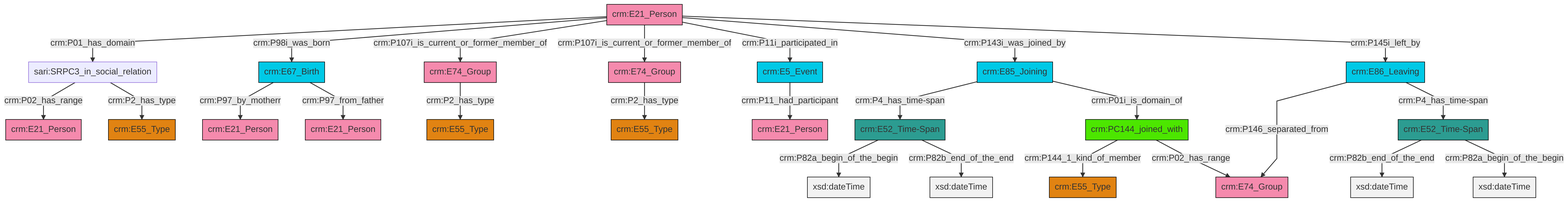
Above: et/personCSV/ttl/mmd/png/Person_Actor_Relations.png in swiss-art-research-net/docs.swissartresearch (Mermaid), before the change. Its source is kept beside it as et/personCSV/ttl/mmd/Person_Actor_Relations.ttl.mmd.
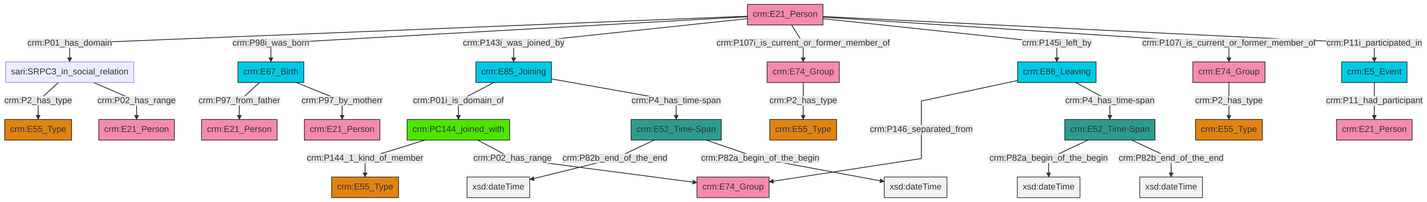
Later version of the same file.

Change to the diagram source:
```diff
@@ -13,27 +13,27 @@
 classDef PC_Classes fill:#4ce600, stroke:#000000;
 classDef Multi fill:#cccccc,stroke:#000000;
 
-2["crm:E21_Person"]:::Actor -->|crm:P01_has_domain| 3["sari:SRPC3_in_social_relation"]:::Default
-6["crm:E52_Time-Span"]:::Time-Span -->|crm:P82b_end_of_the_end| 7[xsd:dateTime]:::Literal
-9["crm:E86_Leaving"]:::Temporal_Entity -->|crm:P146_separated_from| 10["crm:E74_Group"]:::Actor
-13["crm:PC144_joined_with"]:::PC_Classes -->|crm:P144_1_kind_of_member| 14["crm:E55_Type"]:::Type
-15["crm:E85_Joining"]:::Temporal_Entity -->|crm:P4_has_time-span| 16["crm:E52_Time-Span"]:::Time-Span
-3["sari:SRPC3_in_social_relation"]:::Default -->|crm:P02_has_range| 17["crm:E21_Person"]:::Actor
-2["crm:E21_Person"]:::Actor -->|crm:P98i_was_born| 4["crm:E67_Birth"]:::Temporal_Entity
-2["crm:E21_Person"]:::Actor -->|crm:P107i_is_current_or_former_member_of| 23["crm:E74_Group"]:::Actor
-15["crm:E85_Joining"]:::Temporal_Entity -->|crm:P01i_is_domain_of| 13["crm:PC144_joined_with"]:::PC_Classes
-2["crm:E21_Person"]:::Actor -->|crm:P107i_is_current_or_former_member_of| 26["crm:E74_Group"]:::Actor
-9["crm:E86_Leaving"]:::Temporal_Entity -->|crm:P4_has_time-span| 6["crm:E52_Time-Span"]:::Time-Span
-3["sari:SRPC3_in_social_relation"]:::Default -->|crm:P2_has_type| 27["crm:E55_Type"]:::Type
-23["crm:E74_Group"]:::Actor -->|crm:P2_has_type| 11["crm:E55_Type"]:::Type
-4["crm:E67_Birth"]:::Temporal_Entity -->|crm:P97_by_motherr| 0["crm:E21_Person"]:::Actor
-26["crm:E74_Group"]:::Actor -->|crm:P2_has_type| 18["crm:E55_Type"]:::Type
-32["crm:E5_Event"]:::Temporal_Entity -->|crm:P11_had_participant| 33["crm:E21_Person"]:::Actor
-2["crm:E21_Person"]:::Actor -->|crm:P11i_participated_in| 32["crm:E5_Event"]:::Temporal_Entity
-2["crm:E21_Person"]:::Actor -->|crm:P143i_was_joined_by| 15["crm:E85_Joining"]:::Temporal_Entity
-4["crm:E67_Birth"]:::Temporal_Entity -->|crm:P97_from_father| 20["crm:E21_Person"]:::Actor
-2["crm:E21_Person"]:::Actor -->|crm:P145i_left_by| 9["crm:E86_Leaving"]:::Temporal_Entity
-6["crm:E52_Time-Span"]:::Time-Span -->|crm:P82a_begin_of_the_begin| 40[xsd:dateTime]:::Literal
-16["crm:E52_Time-Span"]:::Time-Span -->|crm:P82a_begin_of_the_begin| 41[xsd:dateTime]:::Literal
-16["crm:E52_Time-Span"]:::Time-Span -->|crm:P82b_end_of_the_end| 43[xsd:dateTime]:::Literal
-13["crm:PC144_joined_with"]:::PC_Classes -->|crm:P02_has_range| 10["crm:E74_Group"]:::Actor
+0["crm:E86_Leaving"]:::Temporal_Entity -->|crm:P146_separated_from| 1["crm:E74_Group"]:::Actor
+4["crm:E21_Person"]:::Actor -->|crm:P01_has_domain| 5["sari:SRPC3_in_social_relation"]:::Default
+4["crm:E21_Person"]:::Actor -->|crm:P98i_was_born| 6["crm:E67_Birth"]:::Temporal_Entity
+13["crm:E5_Event"]:::Temporal_Entity -->|crm:P11_had_participant| 14["crm:E21_Person"]:::Actor
+4["crm:E21_Person"]:::Actor -->|crm:P143i_was_joined_by| 15["crm:E85_Joining"]:::Temporal_Entity
+15["crm:E85_Joining"]:::Temporal_Entity -->|crm:P01i_is_domain_of| 16["crm:PC144_joined_with"]:::PC_Classes
+18["crm:E52_Time-Span"]:::Time-Span -->|crm:P82a_begin_of_the_begin| 19[xsd:dateTime]:::Literal
+4["crm:E21_Person"]:::Actor -->|crm:P107i_is_current_or_former_member_of| 2["crm:E74_Group"]:::Actor
+0["crm:E86_Leaving"]:::Temporal_Entity -->|crm:P4_has_time-span| 18["crm:E52_Time-Span"]:::Time-Span
+24["crm:E74_Group"]:::Actor -->|crm:P2_has_type| 11["crm:E55_Type"]:::Type
+18["crm:E52_Time-Span"]:::Time-Span -->|crm:P82b_end_of_the_end| 25[xsd:dateTime]:::Literal
+4["crm:E21_Person"]:::Actor -->|crm:P145i_left_by| 0["crm:E86_Leaving"]:::Temporal_Entity
+7["crm:E52_Time-Span"]:::Time-Span -->|crm:P82b_end_of_the_end| 28[xsd:dateTime]:::Literal
+6["crm:E67_Birth"]:::Temporal_Entity -->|crm:P97_from_father| 35["crm:E21_Person"]:::Actor
+4["crm:E21_Person"]:::Actor -->|crm:P107i_is_current_or_former_member_of| 24["crm:E74_Group"]:::Actor
+16["crm:PC144_joined_with"]:::PC_Classes -->|crm:P144_1_kind_of_member| 22["crm:E55_Type"]:::Type
+7["crm:E52_Time-Span"]:::Time-Span -->|crm:P82a_begin_of_the_begin| 38[xsd:dateTime]:::Literal
+4["crm:E21_Person"]:::Actor -->|crm:P11i_participated_in| 13["crm:E5_Event"]:::Temporal_Entity
+6["crm:E67_Birth"]:::Temporal_Entity -->|crm:P97_by_motherr| 26["crm:E21_Person"]:::Actor
+15["crm:E85_Joining"]:::Temporal_Entity -->|crm:P4_has_time-span| 7["crm:E52_Time-Span"]:::Time-Span
+5["sari:SRPC3_in_social_relation"]:::Default -->|crm:P2_has_type| 33["crm:E55_Type"]:::Type
+5["sari:SRPC3_in_social_relation"]:::Default -->|crm:P02_has_range| 9["crm:E21_Person"]:::Actor
+2["crm:E74_Group"]:::Actor -->|crm:P2_has_type| 40["crm:E55_Type"]:::Type
+16["crm:PC144_joined_with"]:::PC_Classes -->|crm:P02_has_range| 1["crm:E74_Group"]:::Actor
```
